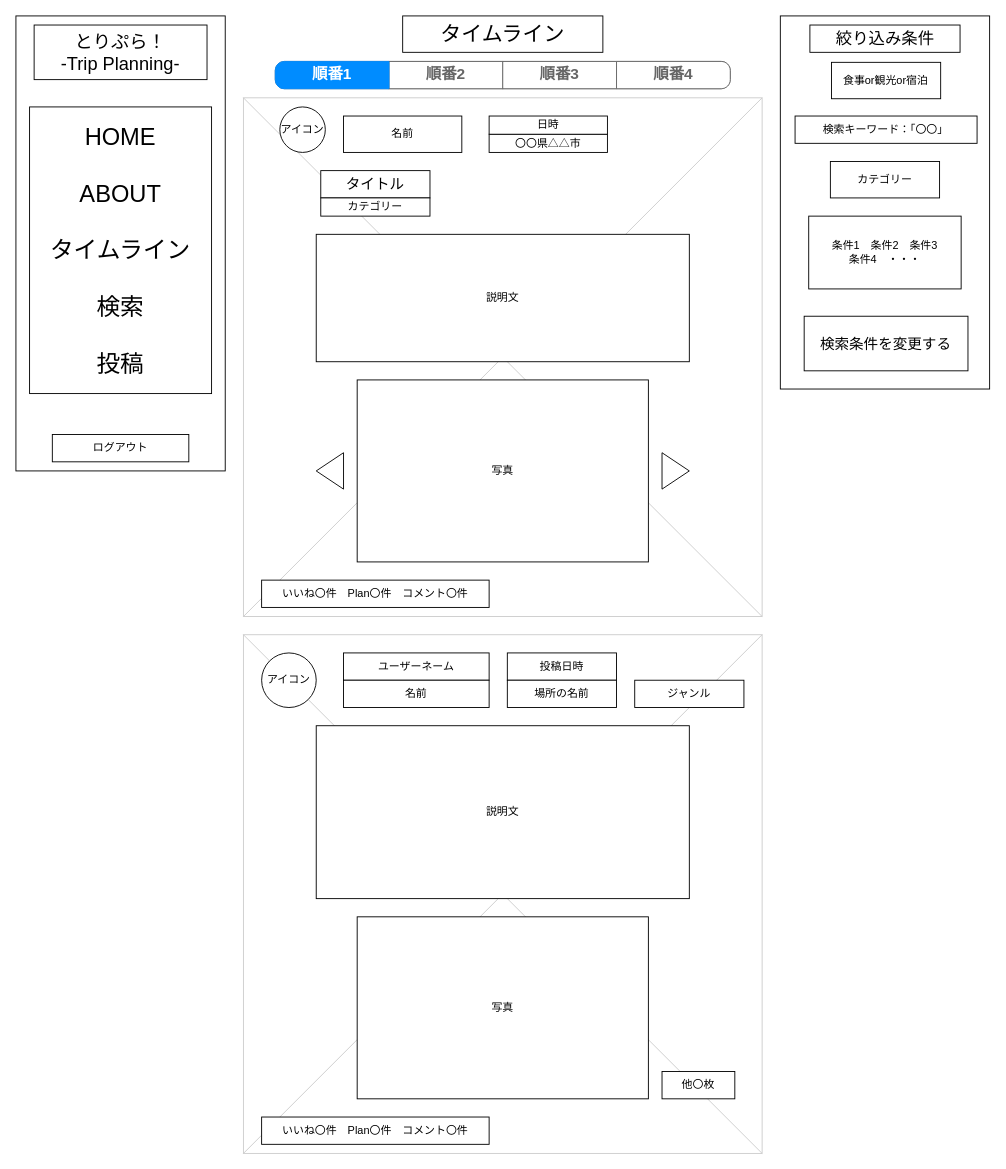
Before: page "投稿一覧" (1 of 6) of wire_frame.drawio in JunkiYuasa/trip_planning, a draw.io diagram. Source tidied: cells renumbered, new cells numbered last; positions are measured from the earlier drawing's top-left corner, leaving out a move shared by most shapes. Both pictures are drawn from the tidied source at 91%, with x=0, y=0 at pixel (15, 15).
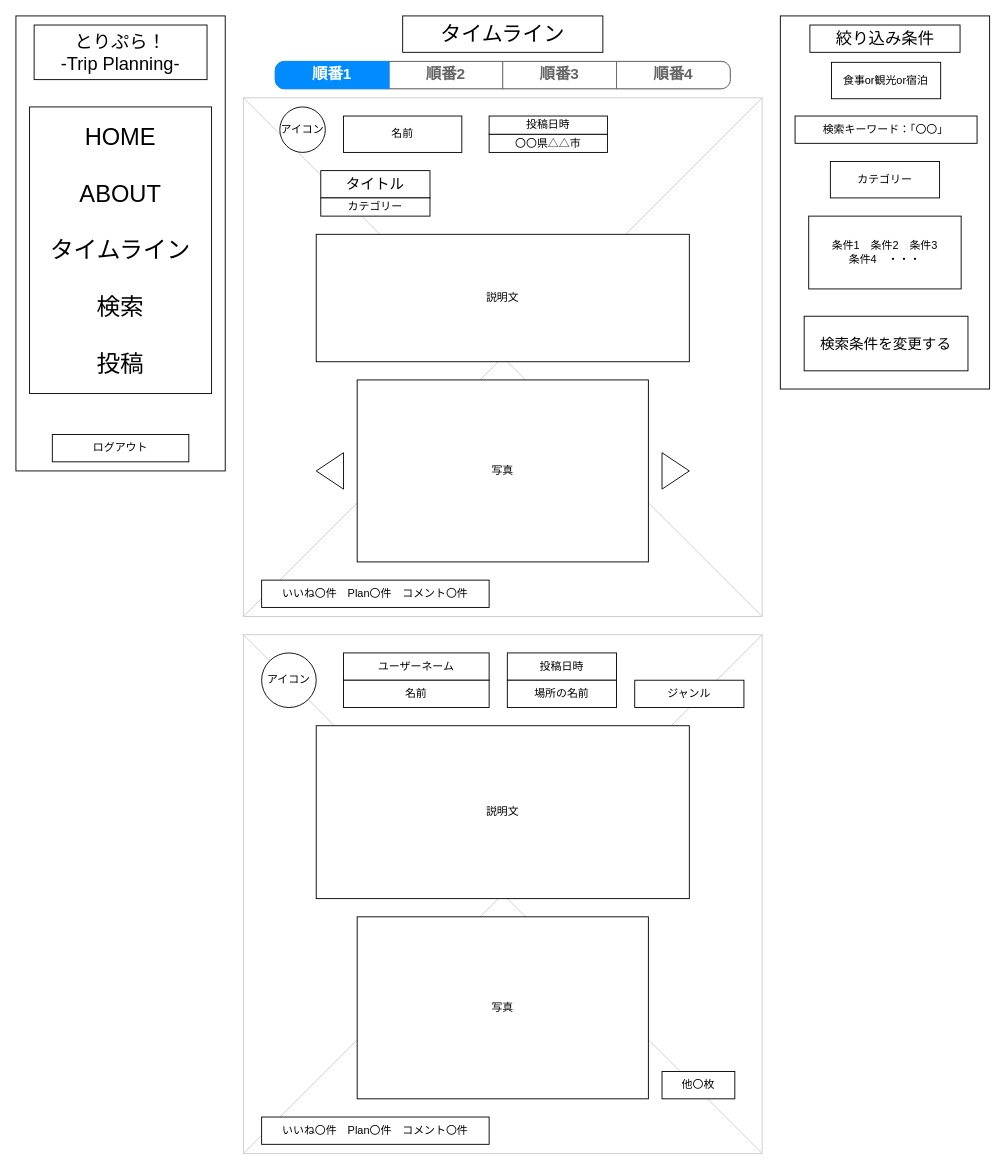
Above is the later version.

The edit, as a diff of the source:
```diff
@@
-    <mxCell id="35" value="日時" style="rounded=0;whiteSpace=wrap;html=1;" parent="1" vertex="1">
+    <mxCell id="35" value="投稿日時" style="rounded=0;whiteSpace=wrap;html=1;" parent="1" vertex="1">
       <mxGeometry x="520" y="110" width="130" height="20" as="geometry" />
     </mxCell>
```
